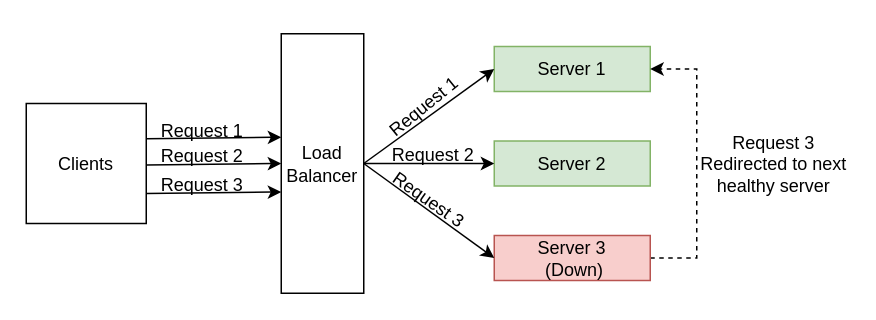
Above: assets/round-robin.drawio in s-sajid/load-balancer (draw.io), before the change. Source tidied: cells renumbered, new cells numbered last; positions are measured from the earlier drawing's top-left corner, leaving out a move shared by most shapes. Both pictures are drawn from the tidied source at 150%, with x=0, y=0 at pixel (26, 33).
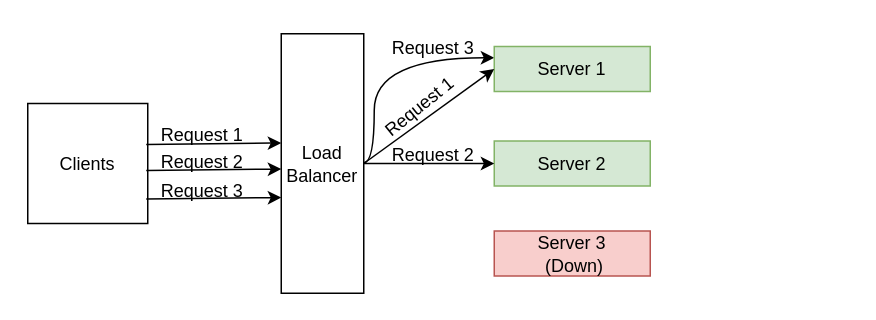
After the change.

Commit message (it also covers changes not shown here):
Update round-robin diagram

The change refers to these unchanged cells:
```xml
<mxCell id="2" value="Server 1" style="rounded=0;whiteSpace=wrap;html=1;fillColor=#d5e8d4;strokeColor=#82b366;" parent="1" vertex="1">
  <mxGeometry x="312" y="8.5" width="104" height="30" as="geometry" />
</mxCell>
<mxCell id="11" value="&lt;div&gt;Load&lt;/div&gt;&lt;div&gt;Balancer&lt;br&gt;&lt;/div&gt;" style="rounded=0;whiteSpace=wrap;html=1;" parent="1" vertex="1">
  <mxGeometry x="170" width="55" height="173" as="geometry" />
</mxCell>
```

What changed in the source:
```diff
@@
+    <mxCell id="21" style="edgeStyle=orthogonalEdgeStyle;rounded=0;jettySize=auto;html=1;exitX=0;exitY=0.25;exitDx=0;exitDy=0;curved=1;endArrow=none;endFill=0;startArrow=classic;startFill=1;" parent="1" edge="1" source="2" target="11">
+      <mxGeometry relative="1" as="geometry">
+        <Array as="points">
+          <mxPoint x="232" y="16" />
+          <mxPoint x="232" y="86" />
+        </Array>
+      </mxGeometry>
+    </mxCell>
@@
-    <mxCell id="4" style="edgeStyle=orthogonalEdgeStyle;rounded=0;jettySize=auto;html=1;exitX=1;exitY=0.5;exitDx=0;exitDy=0;entryX=1;entryY=0.5;entryDx=0;entryDy=0;dashed=1;" parent="1" edge="1" source="5" target="2">
-      <mxGeometry relative="1" as="geometry">
-        <Array as="points">
-          <mxPoint x="447" y="150" />
-          <mxPoint x="447" y="24" />
-        </Array>
-      </mxGeometry>
-    </mxCell>
     <mxCell id="5" value="&lt;div&gt;Server 3&lt;/div&gt;&amp;nbsp;(Down)" style="rounded=0;whiteSpace=wrap;html=1;fillColor=#f8cecc;strokeColor=#b85450;" parent="1" vertex="1">
-      <mxGeometry x="312" y="134.5" width="104" height="30" as="geometry" />
+      <mxGeometry x="312" y="131.5" width="104" height="30" as="geometry" />
     </mxCell>
@@
-    <mxCell id="7" style="endArrow=classic;html=1;rounded=0;exitX=1;exitY=0.5;exitDx=0;exitDy=0;entryX=0;entryY=0.5;entryDx=0;entryDy=0;" parent="1" edge="1" source="11" target="5">
-      <mxGeometry relative="1" as="geometry" />
-    </mxCell>
@@
-    <mxCell id="10" value="Request 3" style="text;html=1;strokeColor=none;fillColor=none;align=center;verticalAlign=middle;whiteSpace=wrap;rounded=0;rotation=35;" parent="1" vertex="1">
-      <mxGeometry x="219" y="96" width="98.8" height="30" as="geometry" />
-    </mxCell>
@@
     <mxCell id="12" value="&lt;div&gt;Request 1&lt;/div&gt;" style="text;html=1;strokeColor=none;fillColor=none;align=center;verticalAlign=middle;whiteSpace=wrap;rounded=0;rotation=321;" parent="1" vertex="1">
-      <mxGeometry x="216" y="34" width="98.8" height="30" as="geometry" />
+      <mxGeometry x="213.2" y="34" width="98.8" height="30" as="geometry" />
     </mxCell>
-    <mxCell id="13" value="Request 3 Redirected to next healthy server" style="text;html=1;strokeColor=none;fillColor=none;align=center;verticalAlign=middle;whiteSpace=wrap;rounded=0;rotation=0;" parent="1" vertex="1">
-      <mxGeometry x="448" y="71.5" width="101" height="30" as="geometry" />
-    </mxCell>
+    <mxCell id="10" value="&lt;div&gt;Request 3&lt;br&gt;&lt;/div&gt;" style="text;html=1;strokeColor=none;fillColor=none;align=center;verticalAlign=middle;whiteSpace=wrap;rounded=0;rotation=0;" parent="1" vertex="1">
+      <mxGeometry x="222" y="-5" width="98.8" height="30" as="geometry" />
+    </mxCell>
     <mxCell id="14" value="Clients" style="whiteSpace=wrap;html=1;" parent="1" vertex="1">
-      <mxGeometry y="46.5" width="80" height="80" as="geometry" />
+      <mxGeometry x="1" y="46.5" width="80" height="80" as="geometry" />
     </mxCell>
     <mxCell id="15" value="Request 1" style="text;html=1;strokeColor=none;fillColor=none;align=center;verticalAlign=middle;whiteSpace=wrap;rounded=0;rotation=0;" parent="1" vertex="1">
-      <mxGeometry x="68" y="49.5" width="98.8" height="30" as="geometry" />
+      <mxGeometry x="68" y="53.2" width="98.8" height="30" as="geometry" />
     </mxCell>
     <mxCell id="16" style="endArrow=classic;html=1;rounded=0;entryX=-0.003;entryY=0.419;entryDx=0;entryDy=0;entryPerimeter=0;" parent="1" edge="1">
       <mxGeometry relative="1" as="geometry">
-        <mxPoint x="80" y="70" as="sourcePoint" />
-        <mxPoint x="170" y="69" as="targetPoint" />
+        <mxPoint x="80" y="73.8" as="sourcePoint" />
+        <mxPoint x="170" y="72.8" as="targetPoint" />
       </mxGeometry>
     </mxCell>
     <mxCell id="17" value="Request 2" style="text;html=1;strokeColor=none;fillColor=none;align=center;verticalAlign=middle;whiteSpace=wrap;rounded=0;rotation=0;" parent="1" vertex="1">
-      <mxGeometry x="68" y="67" width="98.8" height="30" as="geometry" />
+      <mxGeometry x="68" y="70.8" width="98.8" height="30" as="geometry" />
     </mxCell>
     <mxCell id="18" style="endArrow=classic;html=1;rounded=0;entryX=-0.003;entryY=0.419;entryDx=0;entryDy=0;entryPerimeter=0;" parent="1" edge="1">
       <mxGeometry relative="1" as="geometry">
-        <mxPoint x="80" y="87.5" as="sourcePoint" />
-        <mxPoint x="170" y="86.5" as="targetPoint" />
+        <mxPoint x="80" y="91.2" as="sourcePoint" />
+        <mxPoint x="170" y="90.2" as="targetPoint" />
       </mxGeometry>
     </mxCell>
     <mxCell id="19" value="Request 3" style="text;html=1;strokeColor=none;fillColor=none;align=center;verticalAlign=middle;whiteSpace=wrap;rounded=0;rotation=0;" parent="1" vertex="1">
-      <mxGeometry x="68" y="86" width="98.8" height="30" as="geometry" />
+      <mxGeometry x="68" y="89.8" width="98.8" height="30" as="geometry" />
     </mxCell>
     <mxCell id="20" style="endArrow=classic;html=1;rounded=0;entryX=-0.003;entryY=0.419;entryDx=0;entryDy=0;entryPerimeter=0;" parent="1" edge="1">
       <mxGeometry relative="1" as="geometry">
-        <mxPoint x="80" y="106.5" as="sourcePoint" />
-        <mxPoint x="170" y="105.5" as="targetPoint" />
+        <mxPoint x="80" y="110.2" as="sourcePoint" />
+        <mxPoint x="170" y="109.2" as="targetPoint" />
       </mxGeometry>
     </mxCell>
```
